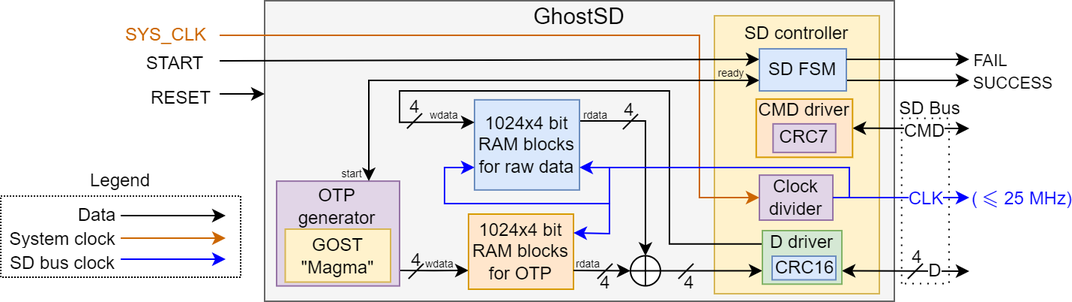
Above: docs/GhostSD_fpga.png in sirazenkov/GhostSD (draw.io), before the change. Source tidied: cells renumbered, new cells last; positions are measured from the earlier drawing's top-left corner, leaving out a move shared by most shapes.
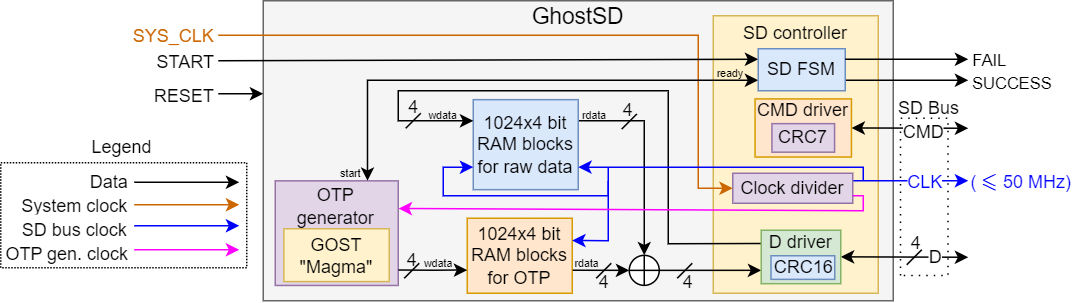
Above is the later version.

Commit message:
Updated FPGA design diagram

Diff of the diagram source:
```diff
@@ -3,10 +3,10 @@
     <mxCell id="0" />
     <mxCell id="1" parent="0" />
     <mxCell id="2" style="rounded=0;whiteSpace=wrap;html=1;labelBackgroundColor=none;fontSize=12;rotation=-90;dashed=1;dashPattern=1 4;fillColor=none;" parent="1" vertex="1">
-      <mxGeometry x="561.7" y="117.5" width="110" height="31.6" as="geometry" />
+      <mxGeometry x="564.2" y="115" width="104.9" height="31.6" as="geometry" />
     </mxCell>
     <mxCell id="3" style="rounded=0;whiteSpace=wrap;html=1;dashed=1;dashPattern=1 1;fillColor=none;" parent="1" vertex="1">
-      <mxGeometry y="130" width="160" height="54" as="geometry" />
+      <mxGeometry x="1" y="108" width="164" height="70" as="geometry" />
     </mxCell>
     <mxCell id="4" style="rounded=0;whiteSpace=wrap;html=1;labelBackgroundColor=none;fontSize=12;fillColor=#f5f5f5;fontColor=#333333;strokeColor=#666666;" parent="1" vertex="1">
       <mxGeometry x="176" width="420" height="200" as="geometry" />
@@ -17,20 +17,16 @@
     <mxCell id="6" value="&lt;font style=&quot;font-size: 15px;&quot;&gt;GhostSD&lt;/font&gt;" style="text;html=1;strokeColor=none;fillColor=none;align=center;verticalAlign=middle;whiteSpace=wrap;rounded=0;" parent="1" vertex="1">
       <mxGeometry x="356" width="60" height="20" as="geometry" />
     </mxCell>
-    <mxCell id="7" style="edgeStyle=orthogonalEdgeStyle;rounded=0;jettySize=auto;html=1;entryX=0;entryY=0.75;entryDx=0;entryDy=0;fontSize=12;startArrow=none;startFill=0;endArrow=classic;endFill=1;exitX=1.001;exitY=0.681;exitDx=0;exitDy=0;exitPerimeter=0;" parent="1" edge="1" target="22">
-      <mxGeometry relative="1" as="geometry">
-        <mxPoint x="266.1" y="179.6" as="sourcePoint" />
-      </mxGeometry>
-    </mxCell>
     <mxCell id="8" value="&lt;font style=&quot;font-size: 18px;&quot;&gt;&lt;br&gt;&lt;/font&gt;" style="rounded=0;whiteSpace=wrap;html=1;fontSize=20;fillColor=#e1d5e7;strokeColor=#9673a6;" parent="1" vertex="1">
       <mxGeometry x="184" y="120.1" width="82" height="69.8" as="geometry" />
     </mxCell>
     <mxCell id="9" value="SD controller" style="text;html=1;strokeColor=none;fillColor=none;align=center;verticalAlign=middle;whiteSpace=wrap;rounded=0;labelBackgroundColor=none;fontSize=12;" parent="1" vertex="1">
       <mxGeometry x="476" y="12" width="110" height="20" as="geometry" />
     </mxCell>
-    <mxCell id="10" style="endArrow=classic;startArrow=classic;html=1;rounded=0;fontSize=20;exitX=1;exitY=0.75;exitDx=0;exitDy=0;endFill=1;startFill=1;" parent="1" edge="1" source="56">
+    <mxCell id="10" style="endArrow=classic;startArrow=classic;html=1;rounded=0;fontSize=20;exitX=1;exitY=0.75;exitDx=0;exitDy=0;endFill=1;startFill=1;" parent="1" edge="1">
       <mxGeometry relative="1" as="geometry">
-        <mxPoint x="646" y="180" as="targetPoint" />
+        <mxPoint x="561" y="170.7" as="sourcePoint" />
+        <mxPoint x="646" y="171" as="targetPoint" />
       </mxGeometry>
     </mxCell>
     <mxCell id="11" value="&lt;font style=&quot;font-size: 12px;&quot;&gt;D&lt;/font&gt;" style="edgeLabel;html=1;align=center;verticalAlign=middle;fontSize=12;" parent="10" vertex="1">
@@ -48,10 +44,9 @@
         <mxPoint x="-24" y="4" as="offset" />
       </mxGeometry>
     </mxCell>
-    <mxCell id="14" style="endArrow=classic;startArrow=none;html=1;rounded=0;fontSize=20;startFill=0;endFill=1;strokeColor=#0000FF;" parent="1" edge="1">
+    <mxCell id="14" style="endArrow=classic;startArrow=none;html=1;rounded=0;fontSize=20;startFill=0;endFill=1;strokeColor=#0000FF;exitX=1;exitY=0.25;exitDx=0;exitDy=0;" parent="1" edge="1" source="19">
       <mxGeometry relative="1" as="geometry">
-        <mxPoint x="566" y="131" as="sourcePoint" />
-        <mxPoint x="646" y="131" as="targetPoint" />
+        <mxPoint x="646" y="120" as="targetPoint" />
       </mxGeometry>
     </mxCell>
     <mxCell id="15" value="&lt;font color=&quot;#0000ff&quot;&gt;CLK&lt;/font&gt;" style="edgeLabel;html=1;align=center;verticalAlign=middle;fontSize=12;labelBackgroundColor=default;" parent="14" vertex="1">
@@ -59,15 +54,15 @@
         <mxPoint x="12" y="1" as="offset" />
       </mxGeometry>
     </mxCell>
-    <mxCell id="16" value="&lt;font color=&quot;#0000ff&quot;&gt;( \(\leqslant\)&amp;nbsp;25 MHz)&lt;/font&gt;" style="edgeLabel;html=1;align=center;verticalAlign=middle;fontSize=12;" parent="14" vertex="1">
+    <mxCell id="16" value="&lt;font color=&quot;#0000ff&quot;&gt;( \(\leqslant\) 50 MHz)&lt;/font&gt;" style="edgeLabel;html=1;align=center;verticalAlign=middle;fontSize=12;" parent="14" vertex="1">
       <mxGeometry x="0.86" y="1" relative="1" as="geometry">
         <mxPoint x="40" y="1" as="offset" />
       </mxGeometry>
     </mxCell>
     <mxCell id="17" style="endArrow=none;html=1;rounded=0;fontSize=12;" parent="1" edge="1">
       <mxGeometry relative="1" as="geometry">
-        <mxPoint x="605" y="185" as="sourcePoint" />
-        <mxPoint x="615" y="175" as="targetPoint" />
+        <mxPoint x="605" y="176" as="sourcePoint" />
+        <mxPoint x="615" y="166" as="targetPoint" />
       </mxGeometry>
     </mxCell>
     <mxCell id="18" value="4" style="edgeLabel;html=1;align=center;verticalAlign=middle;fontSize=12;labelBackgroundColor=none;" parent="17" vertex="1">
@@ -76,24 +71,24 @@
       </mxGeometry>
     </mxCell>
     <mxCell id="19" value="Clock divider" style="rounded=0;whiteSpace=wrap;html=1;labelBackgroundColor=none;fontSize=12;fillColor=#e1d5e7;strokeColor=#9673a6;" parent="1" vertex="1">
-      <mxGeometry x="506" y="116.1" width="49" height="29.9" as="geometry" />
+      <mxGeometry x="489" y="115" width="80" height="20" as="geometry" />
     </mxCell>
     <mxCell id="20" style="endArrow=classic;html=1;rounded=0;fontSize=12;entryX=0;entryY=0.5;entryDx=0;entryDy=0;strokeColor=#CC6600;" parent="1" edge="1" target="19">
       <mxGeometry relative="1" as="geometry">
         <mxPoint x="146" y="23" as="sourcePoint" />
         <Array as="points">
           <mxPoint x="466" y="23" />
-          <mxPoint x="466" y="131" />
+          <mxPoint x="466" y="125" />
         </Array>
       </mxGeometry>
     </mxCell>
     <mxCell id="21" value="&lt;font color=&quot;#cc6600&quot;&gt;SYS_CLK&lt;/font&gt;" style="edgeLabel;html=1;align=center;verticalAlign=middle;fontSize=12;" parent="20" vertex="1">
       <mxGeometry x="-0.93" y="-1" relative="1" as="geometry">
-        <mxPoint x="-54" y="-2" as="offset" />
+        <mxPoint x="-46" y="-1" as="offset" />
       </mxGeometry>
     </mxCell>
     <mxCell id="22" value="1024x4 bit RAM blocks&lt;br&gt;for OTP" style="rounded=0;whiteSpace=wrap;html=1;labelBackgroundColor=none;fontSize=12;fillColor=#ffe6cc;strokeColor=#d79b00;" parent="1" vertex="1">
-      <mxGeometry x="312" y="142" width="70" height="50" as="geometry" />
+      <mxGeometry x="312" y="145" width="70" height="50" as="geometry" />
     </mxCell>
     <mxCell id="23" style="edgeStyle=orthogonalEdgeStyle;rounded=0;jettySize=auto;html=1;entryX=0.5;entryY=0;entryDx=0;entryDy=0;exitX=0.996;exitY=0.434;exitDx=0;exitDy=0;exitPerimeter=0;" parent="1" edge="1" source="24" target="43">
       <mxGeometry relative="1" as="geometry">
@@ -142,12 +137,12 @@
       </mxGeometry>
     </mxCell>
     <mxCell id="31" value="&lt;font style=&quot;font-size: 12px;&quot;&gt;Legend&lt;/font&gt;" style="text;html=1;strokeColor=none;fillColor=none;align=center;verticalAlign=middle;whiteSpace=wrap;rounded=0;" parent="1" vertex="1">
-      <mxGeometry y="110" width="160" height="20.9" as="geometry" />
+      <mxGeometry x="2" y="88" width="160" height="20.9" as="geometry" />
     </mxCell>
     <mxCell id="32" style="endArrow=classic;html=1;rounded=0;fontSize=15;" parent="1" edge="1">
       <mxGeometry relative="1" as="geometry">
-        <mxPoint x="80" y="143" as="sourcePoint" />
-        <mxPoint x="150" y="143" as="targetPoint" />
+        <mxPoint x="90" y="121" as="sourcePoint" />
+        <mxPoint x="160" y="121" as="targetPoint" />
       </mxGeometry>
     </mxCell>
     <mxCell id="33" value="&lt;font style=&quot;font-size: 12px;&quot;&gt;Data&lt;/font&gt;" style="edgeLabel;html=1;align=center;verticalAlign=middle;fontSize=15;" parent="32" vertex="1">
@@ -157,8 +152,8 @@
     </mxCell>
     <mxCell id="34" style="endArrow=classic;html=1;rounded=0;fontSize=15;strokeColor=#CC6600;" parent="1" edge="1">
       <mxGeometry relative="1" as="geometry">
-        <mxPoint x="80" y="158" as="sourcePoint" />
-        <mxPoint x="150" y="158" as="targetPoint" />
+        <mxPoint x="90" y="136" as="sourcePoint" />
+        <mxPoint x="160" y="136" as="targetPoint" />
       </mxGeometry>
     </mxCell>
     <mxCell id="35" value="&lt;font style=&quot;font-size: 12px;&quot;&gt;System clock&lt;/font&gt;" style="edgeLabel;html=1;align=center;verticalAlign=middle;fontSize=15;" parent="34" vertex="1">
@@ -168,8 +163,8 @@
     </mxCell>
     <mxCell id="36" style="endArrow=classic;html=1;rounded=0;fontSize=15;strokeColor=#0000FF;" parent="1" edge="1">
       <mxGeometry relative="1" as="geometry">
-        <mxPoint x="80" y="172" as="sourcePoint" />
-        <mxPoint x="150" y="172" as="targetPoint" />
+        <mxPoint x="90" y="150" as="sourcePoint" />
+        <mxPoint x="160" y="150" as="targetPoint" />
       </mxGeometry>
     </mxCell>
     <mxCell id="37" value="&lt;font style=&quot;font-size: 12px;&quot;&gt;SD bus clock&lt;/font&gt;" style="edgeLabel;html=1;align=center;verticalAlign=middle;fontSize=15;" parent="36" vertex="1">
@@ -184,7 +179,7 @@
     </mxCell>
     <mxCell id="39" value="&lt;font style=&quot;font-size: 12px;&quot;&gt;START&lt;/font&gt;" style="edgeLabel;html=1;align=center;verticalAlign=middle;fontSize=15;" parent="38" vertex="1">
       <mxGeometry x="-0.49" relative="1" as="geometry">
-        <mxPoint x="-121" as="offset" />
+        <mxPoint x="-114" y="-1" as="offset" />
       </mxGeometry>
     </mxCell>
     <mxCell id="40" style="endArrow=classic;html=1;rounded=0;fontSize=15;strokeColor=#000000;" parent="1" edge="1">
@@ -195,7 +190,7 @@
     </mxCell>
     <mxCell id="41" value="&lt;span style=&quot;font-size: 12px;&quot;&gt;RESET&lt;/span&gt;" style="edgeLabel;html=1;align=center;verticalAlign=middle;fontSize=15;" parent="40" vertex="1">
       <mxGeometry x="-0.49" relative="1" as="geometry">
-        <mxPoint x="-35" as="offset" />
+        <mxPoint x="-31" y="-1" as="offset" />
       </mxGeometry>
     </mxCell>
     <mxCell id="42" style="edgeStyle=orthogonalEdgeStyle;rounded=0;jettySize=auto;html=1;exitX=1;exitY=0.5;exitDx=0;exitDy=0;entryX=0;entryY=0.75;entryDx=0;entryDy=0;" parent="1" edge="1" source="43" target="56">
@@ -216,11 +211,12 @@
         <mxPoint x="-201" y="57" as="offset" />
       </mxGeometry>
     </mxCell>
-    <mxCell id="46" style="endArrow=classic;html=1;rounded=0;fontSize=12;endFill=1;strokeColor=#0000FF;entryX=1;entryY=0.75;entryDx=0;entryDy=0;exitX=1;exitY=0.5;exitDx=0;exitDy=0;" parent="1" edge="1" source="19" target="24">
+    <mxCell id="46" style="endArrow=classic;html=1;rounded=0;fontSize=12;endFill=1;strokeColor=#0000FF;entryX=1;entryY=0.75;entryDx=0;entryDy=0;" parent="1" edge="1" target="24">
       <mxGeometry relative="1" as="geometry">
+        <mxPoint x="576" y="120" as="sourcePoint" />
         <Array as="points">
-          <mxPoint x="566" y="131" />
-          <mxPoint x="566" y="111" />
+          <mxPoint x="576" y="120" />
+          <mxPoint x="576" y="111" />
         </Array>
       </mxGeometry>
     </mxCell>
@@ -228,17 +224,17 @@
       <mxGeometry relative="1" as="geometry">
         <mxPoint x="406" y="111" as="sourcePoint" />
         <Array as="points">
-          <mxPoint x="406" y="135" />
-          <mxPoint x="296" y="135" />
+          <mxPoint x="406" y="130" />
+          <mxPoint x="296" y="130" />
           <mxPoint x="296" y="111" />
         </Array>
       </mxGeometry>
     </mxCell>
-    <mxCell id="48" style="endArrow=classic;html=1;rounded=0;fontSize=12;endFill=1;strokeColor=#0000FF;entryX=1;entryY=0.25;entryDx=0;entryDy=0;" parent="1" edge="1" target="22">
+    <mxCell id="48" style="endArrow=classic;html=1;rounded=0;fontSize=12;endFill=1;strokeColor=#0000FF;entryX=0.999;entryY=0.297;entryDx=0;entryDy=0;entryPerimeter=0;" parent="1" edge="1" target="22">
       <mxGeometry relative="1" as="geometry">
         <mxPoint x="406" y="120" as="sourcePoint" />
         <Array as="points">
-          <mxPoint x="406" y="155" />
+          <mxPoint x="406" y="160" />
         </Array>
       </mxGeometry>
     </mxCell>
@@ -305,9 +301,9 @@
       <mxGeometry x="191.2" y="122" width="66.8" height="30" as="geometry" />
     </mxCell>
     <mxCell id="65" value="&lt;p style=&quot;line-height: 100%;&quot;&gt;&lt;font style=&quot;font-size: 7px;&quot;&gt;rdata&lt;/font&gt;&lt;/p&gt;" style="text;html=1;strokeColor=none;fillColor=none;align=center;verticalAlign=middle;whiteSpace=wrap;rounded=0;" parent="1" vertex="1">
-      <mxGeometry x="381.6" y="170.7" width="20" height="6.1" as="geometry" />
+      <mxGeometry x="382" y="170.5" width="20" height="6.1" as="geometry" />
     </mxCell>
-    <mxCell id="66" style="endArrow=classic;html=1;rounded=0;fontSize=12;exitX=1;exitY=0.75;exitDx=0;exitDy=0;entryX=0;entryY=0.5;entryDx=0;entryDy=0;" parent="1" edge="1" source="22" target="43">
+    <mxCell id="66" style="endArrow=classic;html=1;rounded=0;fontSize=12;exitX=1.004;exitY=0.693;exitDx=0;exitDy=0;entryX=0;entryY=0.5;entryDx=0;entryDy=0;exitPerimeter=0;" parent="1" edge="1" source="22" target="43">
       <mxGeometry relative="1" as="geometry" />
     </mxCell>
     <mxCell id="67" value="&lt;p style=&quot;line-height: 100%;&quot;&gt;&lt;font style=&quot;font-size: 7px;&quot;&gt;rdata&lt;/font&gt;&lt;/p&gt;" style="text;html=1;strokeColor=none;fillColor=none;align=center;verticalAlign=middle;whiteSpace=wrap;rounded=0;" parent="1" vertex="1">
@@ -315,8 +311,8 @@
     </mxCell>
     <mxCell id="68" style="endArrow=none;html=1;rounded=0;fontSize=12;" parent="1" edge="1">
       <mxGeometry relative="1" as="geometry">
-        <mxPoint x="272" y="185" as="sourcePoint" />
-        <mxPoint x="282" y="175" as="targetPoint" />
+        <mxPoint x="270" y="185" as="sourcePoint" />
+        <mxPoint x="280" y="175" as="targetPoint" />
       </mxGeometry>
     </mxCell>
     <mxCell id="69" value="4" style="edgeLabel;html=1;align=center;verticalAlign=middle;fontSize=12;labelBackgroundColor=none;" parent="68" vertex="1">
@@ -340,5 +336,32 @@
         <mxPoint x="21" y="1" as="offset" />
       </mxGeometry>
     </mxCell>
+    <mxCell id="74" style="endArrow=classic;html=1;rounded=0;fontSize=15;strokeColor=#FF00FF;" parent="1" edge="1">
+      <mxGeometry relative="1" as="geometry">
+        <mxPoint x="90" y="166" as="sourcePoint" />
+        <mxPoint x="160" y="166" as="targetPoint" />
+      </mxGeometry>
+    </mxCell>
+    <mxCell id="75" value="&lt;font style=&quot;font-size: 12px;&quot;&gt;OTP gen. clock&lt;/font&gt;" style="edgeLabel;html=1;align=center;verticalAlign=middle;fontSize=15;" parent="74" vertex="1">
+      <mxGeometry x="-0.57" y="-1" relative="1" as="geometry">
+        <mxPoint x="-60" y="-1" as="offset" />
+      </mxGeometry>
+    </mxCell>
+    <mxCell id="76" style="endArrow=classic;html=1;rounded=0;fontSize=15;strokeColor=#FF00FF;entryX=1.003;entryY=0.265;entryDx=0;entryDy=0;exitX=1;exitY=0.75;exitDx=0;exitDy=0;entryPerimeter=0;" parent="1" edge="1" source="19" target="8">
+      <mxGeometry relative="1" as="geometry">
+        <Array as="points">
+          <mxPoint x="576" y="130" />
+          <mxPoint x="576" y="140" />
+        </Array>
+      </mxGeometry>
+    </mxCell>
+    <mxCell id="7" style="edgeStyle=orthogonalEdgeStyle;rounded=0;jettySize=auto;html=1;entryX=0;entryY=0.691;entryDx=0;entryDy=0;fontSize=12;startArrow=none;startFill=0;endArrow=classic;endFill=1;exitX=1.001;exitY=0.681;exitDx=0;exitDy=0;exitPerimeter=0;entryPerimeter=0;" parent="1" edge="1" target="22">
+      <mxGeometry relative="1" as="geometry">
+        <mxPoint x="266.1" y="179.6" as="sourcePoint" />
+        <Array as="points">
+          <mxPoint x="290" y="180" />
+        </Array>
+      </mxGeometry>
+    </mxCell>
   </root>
 </mxGraphModel>
```
